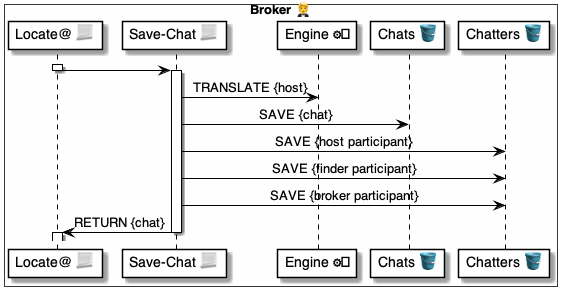
pollyweb-org/pollyweb-docs keeps this PlantUML diagram as 4 ⚙️ Solution/20 🧑‍🦰 UI/Brokers 🤵/🤵🅰️ Broker methods/Locators 🔆 Locate 🧑‍🦰🐌🤵/📃 Save Chat/🤵 Save Chat ⚙️ uml.png. Above is the earlier version. Its source is kept beside it as 4 ⚙️ Solution/20 🧑‍🦰 UI/Brokers 🤵/🤵🅰️ Broker methods/Locators 🔆 Locate 🧑‍🦰🐌🤵/📃 Save Chat/🤵 Save Chat ⚙️ uml.puml. Source of this version:
```plantuml
@startuml 👉 Printer NFC-QR check-in



box "Broker 🤵" #FFFFFA
    participant "Locate@ 📃" as assess
    participant "Save-Chat 📃" as script
    participant "Engine ⚙️" as engine
    participant "Chats 🪣" as chats
    participant "Chatters 🪣" as chatters
end box


activate assess
    assess -> script:
deactivate assess

activate script
    script -> engine: TRANSLATE {host}
    script -> chats: SAVE {chat}
    script -> chatters: SAVE {host participant}
    script -> chatters: SAVE {finder participant}
    script -> chatters: SAVE {broker participant}
    script -> assess: RETURN {chat}
deactivate script

activate assess
deactivate assess


@enduml
```
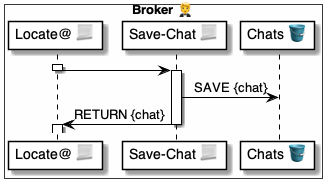
Above is the later version.

What changed in the source:
```diff
@@ -1,13 +1,10 @@
 @startuml 👉 Printer NFC-QR check-in
-
 
 
 box "Broker 🤵" #FFFFFA
     participant "Locate@ 📃" as assess
     participant "Save-Chat 📃" as script
-    participant "Engine ⚙️" as engine
     participant "Chats 🪣" as chats
-    participant "Chatters 🪣" as chatters
 end box
 
 
@@ -16,11 +13,7 @@
 deactivate assess
 
 activate script
-    script -> engine: TRANSLATE {host}
     script -> chats: SAVE {chat}
-    script -> chatters: SAVE {host participant}
-    script -> chatters: SAVE {finder participant}
-    script -> chatters: SAVE {broker participant}
     script -> assess: RETURN {chat}
 deactivate script
 
```
